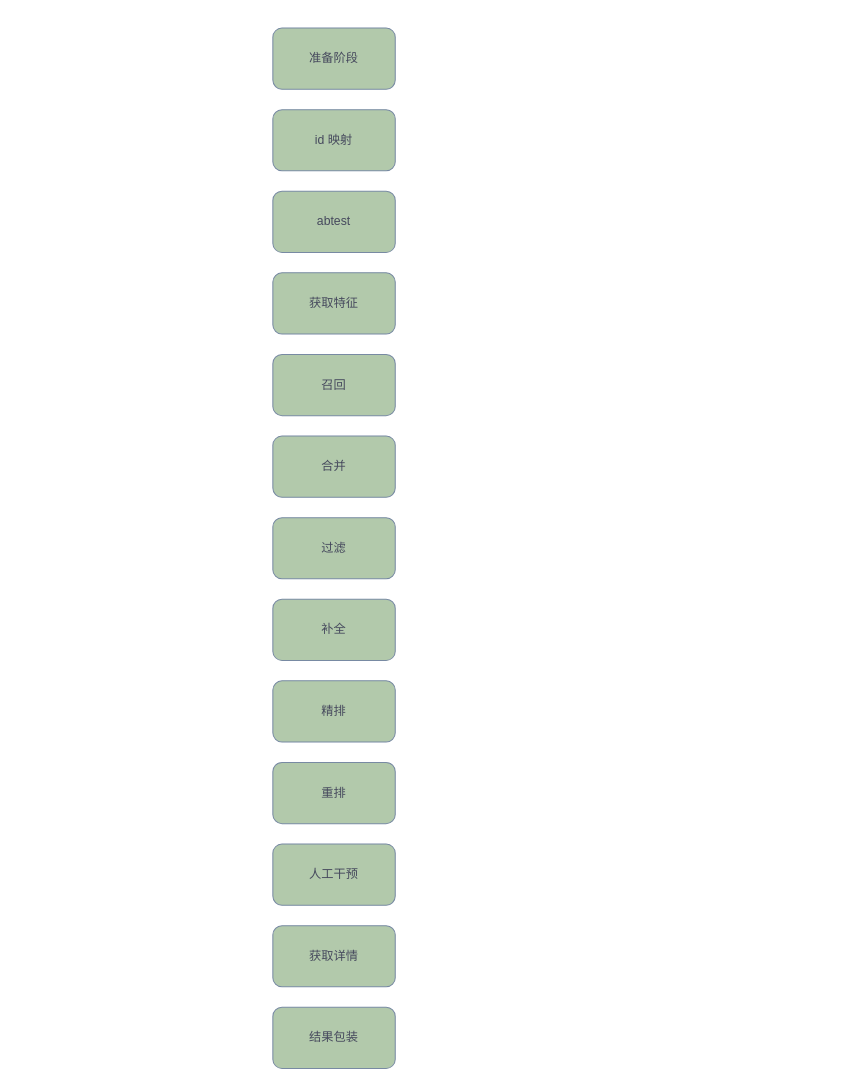
Earlier version of the draw.io diagram recom.drawio (silan-liu/drawio). Source tidied: cells renumbered, new cells numbered last; positions are measured from the earlier drawing's top-left corner, leaving out a move shared by most shapes. Both pictures are drawn from the tidied source at 102%, with x=0, y=0 at pixel (272, 28).
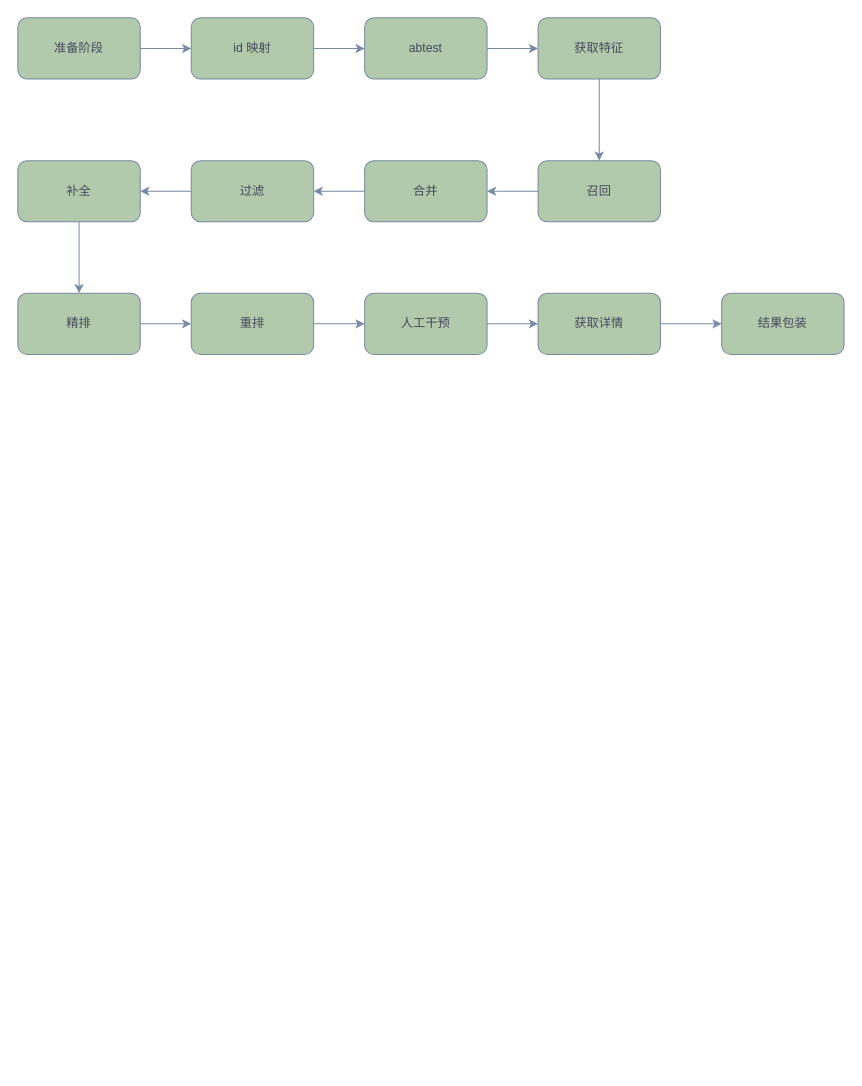
The same diagram, later.

What changed in the source:
```diff
@@
+    <mxCell id="15" style="edgeStyle=orthogonalEdgeStyle;rounded=0;jettySize=auto;html=1;strokeColor=#788AA3;fontColor=#46495D;fillColor=#B2C9AB;" parent="1" edge="1" source="2" target="3">
+      <mxGeometry relative="1" as="geometry" />
+    </mxCell>
     <mxCell id="2" value="准备阶段" style="rounded=1;whiteSpace=wrap;html=1;strokeColor=#788AA3;fontColor=#46495D;fillColor=#B2C9AB;" parent="1" vertex="1">
-      <mxGeometry width="120" height="60" as="geometry" />
+      <mxGeometry x="-250" y="-10" width="120" height="60" as="geometry" />
     </mxCell>
+    <mxCell id="16" style="edgeStyle=orthogonalEdgeStyle;rounded=0;jettySize=auto;html=1;strokeColor=#788AA3;fontColor=#46495D;fillColor=#B2C9AB;" parent="1" edge="1" source="3" target="4">
+      <mxGeometry relative="1" as="geometry" />
+    </mxCell>
     <mxCell id="3" value="&lt;div class=&quot;lake-content&quot;&gt;id 映射&lt;/div&gt;" style="rounded=1;whiteSpace=wrap;html=1;strokeColor=#788AA3;fontColor=#46495D;fillColor=#B2C9AB;" parent="1" vertex="1">
-      <mxGeometry y="80" width="120" height="60" as="geometry" />
+      <mxGeometry x="-80" y="-10" width="120" height="60" as="geometry" />
     </mxCell>
+    <mxCell id="17" style="edgeStyle=orthogonalEdgeStyle;rounded=0;jettySize=auto;html=1;strokeColor=#788AA3;fontColor=#46495D;fillColor=#B2C9AB;" parent="1" edge="1" source="4" target="5">
+      <mxGeometry relative="1" as="geometry" />
+    </mxCell>
     <mxCell id="4" value="&lt;div class=&quot;lake-content&quot;&gt;&lt;div class=&quot;lake-content&quot;&gt;abtest&lt;/div&gt;&lt;/div&gt;" style="rounded=1;whiteSpace=wrap;html=1;strokeColor=#788AA3;fontColor=#46495D;fillColor=#B2C9AB;" parent="1" vertex="1">
-      <mxGeometry y="160" width="120" height="60" as="geometry" />
+      <mxGeometry x="90" y="-10" width="120" height="60" as="geometry" />
     </mxCell>
+    <mxCell id="18" style="edgeStyle=orthogonalEdgeStyle;rounded=0;jettySize=auto;html=1;strokeColor=#788AA3;fontColor=#46495D;fillColor=#B2C9AB;" parent="1" edge="1" source="5" target="6">
+      <mxGeometry relative="1" as="geometry" />
+    </mxCell>
     <mxCell id="5" value="&lt;div class=&quot;lake-content&quot;&gt;&lt;div class=&quot;lake-content&quot;&gt;&lt;div class=&quot;lake-content&quot;&gt;获取特征&lt;/div&gt;&lt;/div&gt;&lt;/div&gt;" style="rounded=1;whiteSpace=wrap;html=1;strokeColor=#788AA3;fontColor=#46495D;fillColor=#B2C9AB;" parent="1" vertex="1">
-      <mxGeometry y="240" width="120" height="60" as="geometry" />
+      <mxGeometry x="260" y="-10" width="120" height="60" as="geometry" />
     </mxCell>
+    <mxCell id="19" style="edgeStyle=orthogonalEdgeStyle;rounded=0;jettySize=auto;html=1;strokeColor=#788AA3;fontColor=#46495D;fillColor=#B2C9AB;" parent="1" edge="1" source="6" target="7">
+      <mxGeometry relative="1" as="geometry" />
+    </mxCell>
     <mxCell id="6" value="&lt;div class=&quot;lake-content&quot;&gt;&lt;div class=&quot;lake-content&quot;&gt;&lt;div class=&quot;lake-content&quot;&gt;&lt;div class=&quot;lake-content&quot;&gt;召回&lt;/div&gt;&lt;/div&gt;&lt;/div&gt;&lt;/div&gt;" style="rounded=1;whiteSpace=wrap;html=1;strokeColor=#788AA3;fontColor=#46495D;fillColor=#B2C9AB;" parent="1" vertex="1">
-      <mxGeometry y="320" width="120" height="60" as="geometry" />
+      <mxGeometry x="260" y="130" width="120" height="60" as="geometry" />
     </mxCell>
+    <mxCell id="20" style="edgeStyle=orthogonalEdgeStyle;rounded=0;jettySize=auto;html=1;strokeColor=#788AA3;fontColor=#46495D;fillColor=#B2C9AB;" parent="1" edge="1" source="7" target="8">
+      <mxGeometry relative="1" as="geometry" />
+    </mxCell>
     <mxCell id="7" value="&lt;div class=&quot;lake-content&quot;&gt;&lt;div class=&quot;lake-content&quot;&gt;&lt;div class=&quot;lake-content&quot;&gt;&lt;div class=&quot;lake-content&quot;&gt;&lt;div class=&quot;lake-content&quot;&gt;合并&lt;/div&gt;&lt;/div&gt;&lt;/div&gt;&lt;/div&gt;&lt;/div&gt;" style="rounded=1;whiteSpace=wrap;html=1;strokeColor=#788AA3;fontColor=#46495D;fillColor=#B2C9AB;" parent="1" vertex="1">
-      <mxGeometry y="400" width="120" height="60" as="geometry" />
+      <mxGeometry x="90" y="130" width="120" height="60" as="geometry" />
     </mxCell>
+    <mxCell id="21" style="edgeStyle=orthogonalEdgeStyle;rounded=0;jettySize=auto;html=1;strokeColor=#788AA3;fontColor=#46495D;fillColor=#B2C9AB;" parent="1" edge="1" source="8" target="9">
+      <mxGeometry relative="1" as="geometry" />
+    </mxCell>
     <mxCell id="8" value="&lt;div class=&quot;lake-content&quot;&gt;&lt;div class=&quot;lake-content&quot;&gt;&lt;div class=&quot;lake-content&quot;&gt;&lt;div class=&quot;lake-content&quot;&gt;&lt;div class=&quot;lake-content&quot;&gt;&lt;div class=&quot;lake-content&quot;&gt;过滤&lt;/div&gt;&lt;/div&gt;&lt;/div&gt;&lt;/div&gt;&lt;/div&gt;&lt;/div&gt;" style="rounded=1;whiteSpace=wrap;html=1;strokeColor=#788AA3;fontColor=#46495D;fillColor=#B2C9AB;" parent="1" vertex="1">
-      <mxGeometry y="480" width="120" height="60" as="geometry" />
+      <mxGeometry x="-80" y="130" width="120" height="60" as="geometry" />
     </mxCell>
+    <mxCell id="22" style="edgeStyle=orthogonalEdgeStyle;rounded=0;jettySize=auto;html=1;strokeColor=#788AA3;fontColor=#46495D;fillColor=#B2C9AB;" parent="1" edge="1" source="9" target="10">
+      <mxGeometry relative="1" as="geometry" />
+    </mxCell>
     <mxCell id="9" value="&lt;div class=&quot;lake-content&quot;&gt;&lt;div class=&quot;lake-content&quot;&gt;&lt;div class=&quot;lake-content&quot;&gt;&lt;div class=&quot;lake-content&quot;&gt;&lt;div class=&quot;lake-content&quot;&gt;&lt;div class=&quot;lake-content&quot;&gt;&lt;div class=&quot;lake-content&quot;&gt;补全&lt;/div&gt;&lt;/div&gt;&lt;/div&gt;&lt;/div&gt;&lt;/div&gt;&lt;/div&gt;&lt;/div&gt;" style="rounded=1;whiteSpace=wrap;html=1;strokeColor=#788AA3;fontColor=#46495D;fillColor=#B2C9AB;" parent="1" vertex="1">
-      <mxGeometry y="560" width="120" height="60" as="geometry" />
+      <mxGeometry x="-250" y="130" width="120" height="60" as="geometry" />
     </mxCell>
+    <mxCell id="23" style="edgeStyle=orthogonalEdgeStyle;rounded=0;jettySize=auto;html=1;strokeColor=#788AA3;fontColor=#46495D;fillColor=#B2C9AB;" parent="1" edge="1" source="10" target="11">
+      <mxGeometry relative="1" as="geometry" />
+    </mxCell>
     <mxCell id="10" value="&lt;div class=&quot;lake-content&quot;&gt;&lt;div class=&quot;lake-content&quot;&gt;&lt;div class=&quot;lake-content&quot;&gt;&lt;div class=&quot;lake-content&quot;&gt;&lt;div class=&quot;lake-content&quot;&gt;&lt;div class=&quot;lake-content&quot;&gt;&lt;div class=&quot;lake-content&quot;&gt;&lt;div class=&quot;lake-content&quot;&gt;精排&lt;/div&gt;&lt;/div&gt;&lt;/div&gt;&lt;/div&gt;&lt;/div&gt;&lt;/div&gt;&lt;/div&gt;&lt;/div&gt;" style="rounded=1;whiteSpace=wrap;html=1;strokeColor=#788AA3;fontColor=#46495D;fillColor=#B2C9AB;" parent="1" vertex="1">
-      <mxGeometry y="640" width="120" height="60" as="geometry" />
+      <mxGeometry x="-250" y="260" width="120" height="60" as="geometry" />
     </mxCell>
+    <mxCell id="24" style="edgeStyle=orthogonalEdgeStyle;rounded=0;jettySize=auto;html=1;strokeColor=#788AA3;fontColor=#46495D;fillColor=#B2C9AB;" parent="1" edge="1" source="11" target="12">
+      <mxGeometry relative="1" as="geometry" />
+    </mxCell>
     <mxCell id="11" value="&lt;div class=&quot;lake-content&quot;&gt;&lt;div class=&quot;lake-content&quot;&gt;&lt;div class=&quot;lake-content&quot;&gt;&lt;div class=&quot;lake-content&quot;&gt;&lt;div class=&quot;lake-content&quot;&gt;&lt;div class=&quot;lake-content&quot;&gt;&lt;div class=&quot;lake-content&quot;&gt;&lt;div class=&quot;lake-content&quot;&gt;&lt;div class=&quot;lake-content&quot;&gt;重排&lt;/div&gt;&lt;/div&gt;&lt;/div&gt;&lt;/div&gt;&lt;/div&gt;&lt;/div&gt;&lt;/div&gt;&lt;/div&gt;&lt;/div&gt;" style="rounded=1;whiteSpace=wrap;html=1;strokeColor=#788AA3;fontColor=#46495D;fillColor=#B2C9AB;" parent="1" vertex="1">
-      <mxGeometry y="720" width="120" height="60" as="geometry" />
+      <mxGeometry x="-80" y="260" width="120" height="60" as="geometry" />
     </mxCell>
+    <mxCell id="25" style="edgeStyle=orthogonalEdgeStyle;rounded=0;jettySize=auto;html=1;strokeColor=#788AA3;fontColor=#46495D;fillColor=#B2C9AB;" parent="1" edge="1" source="12" target="13">
+      <mxGeometry relative="1" as="geometry" />
+    </mxCell>
     <mxCell id="12" value="&lt;div class=&quot;lake-content&quot;&gt;&lt;div class=&quot;lake-content&quot;&gt;&lt;div class=&quot;lake-content&quot;&gt;&lt;div class=&quot;lake-content&quot;&gt;&lt;div class=&quot;lake-content&quot;&gt;&lt;div class=&quot;lake-content&quot;&gt;&lt;div class=&quot;lake-content&quot;&gt;&lt;div class=&quot;lake-content&quot;&gt;&lt;div class=&quot;lake-content&quot;&gt;&lt;div class=&quot;lake-content&quot;&gt;人工干预&lt;/div&gt;&lt;/div&gt;&lt;/div&gt;&lt;/div&gt;&lt;/div&gt;&lt;/div&gt;&lt;/div&gt;&lt;/div&gt;&lt;/div&gt;&lt;/div&gt;" style="rounded=1;whiteSpace=wrap;html=1;strokeColor=#788AA3;fontColor=#46495D;fillColor=#B2C9AB;" parent="1" vertex="1">
-      <mxGeometry y="800" width="120" height="60" as="geometry" />
+      <mxGeometry x="90" y="260" width="120" height="60" as="geometry" />
     </mxCell>
+    <mxCell id="26" style="edgeStyle=orthogonalEdgeStyle;rounded=0;jettySize=auto;html=1;strokeColor=#788AA3;fontColor=#46495D;fillColor=#B2C9AB;" parent="1" edge="1" source="13" target="14">
+      <mxGeometry relative="1" as="geometry" />
+    </mxCell>
     <mxCell id="13" value="&lt;div class=&quot;lake-content&quot;&gt;&lt;div class=&quot;lake-content&quot;&gt;&lt;div class=&quot;lake-content&quot;&gt;&lt;div class=&quot;lake-content&quot;&gt;&lt;div class=&quot;lake-content&quot;&gt;&lt;div class=&quot;lake-content&quot;&gt;&lt;div class=&quot;lake-content&quot;&gt;&lt;div class=&quot;lake-content&quot;&gt;&lt;div class=&quot;lake-content&quot;&gt;&lt;div class=&quot;lake-content&quot;&gt;&lt;div class=&quot;lake-content&quot;&gt;获取详情&lt;/div&gt;&lt;/div&gt;&lt;/div&gt;&lt;/div&gt;&lt;/div&gt;&lt;/div&gt;&lt;/div&gt;&lt;/div&gt;&lt;/div&gt;&lt;/div&gt;&lt;/div&gt;" style="rounded=1;whiteSpace=wrap;html=1;strokeColor=#788AA3;fontColor=#46495D;fillColor=#B2C9AB;" parent="1" vertex="1">
-      <mxGeometry y="880" width="120" height="60" as="geometry" />
+      <mxGeometry x="260" y="260" width="120" height="60" as="geometry" />
     </mxCell>
     <mxCell id="14" value="&lt;div class=&quot;lake-content&quot;&gt;&lt;div class=&quot;lake-content&quot;&gt;&lt;div class=&quot;lake-content&quot;&gt;&lt;div class=&quot;lake-content&quot;&gt;&lt;div class=&quot;lake-content&quot;&gt;&lt;div class=&quot;lake-content&quot;&gt;&lt;div class=&quot;lake-content&quot;&gt;&lt;div class=&quot;lake-content&quot;&gt;&lt;div class=&quot;lake-content&quot;&gt;&lt;div class=&quot;lake-content&quot;&gt;&lt;div class=&quot;lake-content&quot;&gt;&lt;div class=&quot;lake-content&quot;&gt;结果包装&lt;/div&gt;&lt;/div&gt;&lt;/div&gt;&lt;/div&gt;&lt;/div&gt;&lt;/div&gt;&lt;/div&gt;&lt;/div&gt;&lt;/div&gt;&lt;/div&gt;&lt;/div&gt;&lt;/div&gt;" style="rounded=1;whiteSpace=wrap;html=1;strokeColor=#788AA3;fontColor=#46495D;fillColor=#B2C9AB;" parent="1" vertex="1">
-      <mxGeometry y="960" width="120" height="60" as="geometry" />
+      <mxGeometry x="440" y="260" width="120" height="60" as="geometry" />
     </mxCell>
```
